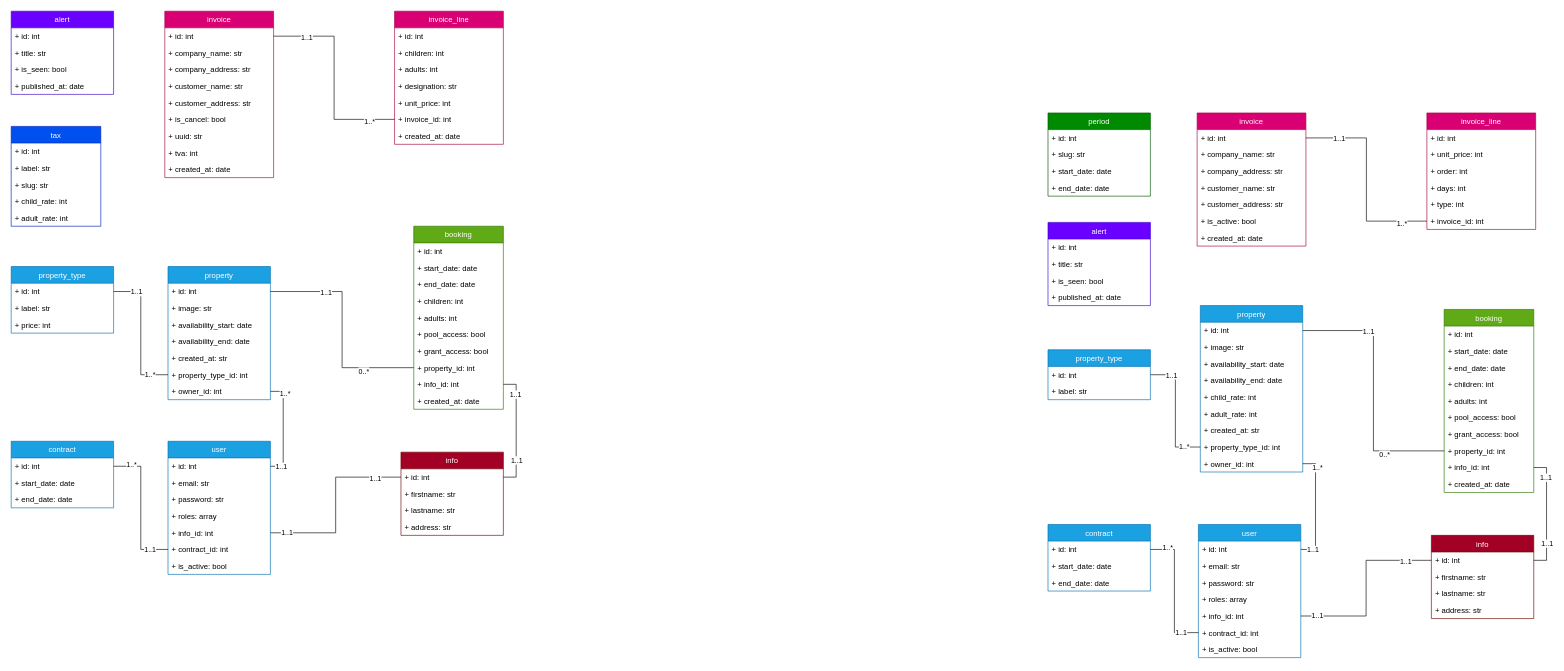
Before: schema_bdd_tp_symfony.drawio in artiq75/tp_symfony, a draw.io diagram. Source tidied: cells renumbered, new cells numbered last; positions are measured from the earlier drawing's top-left corner, leaving out a move shared by most shapes. Both pictures are drawn from the tidied source at 64%, with x=0, y=0 at pixel (11, 11).
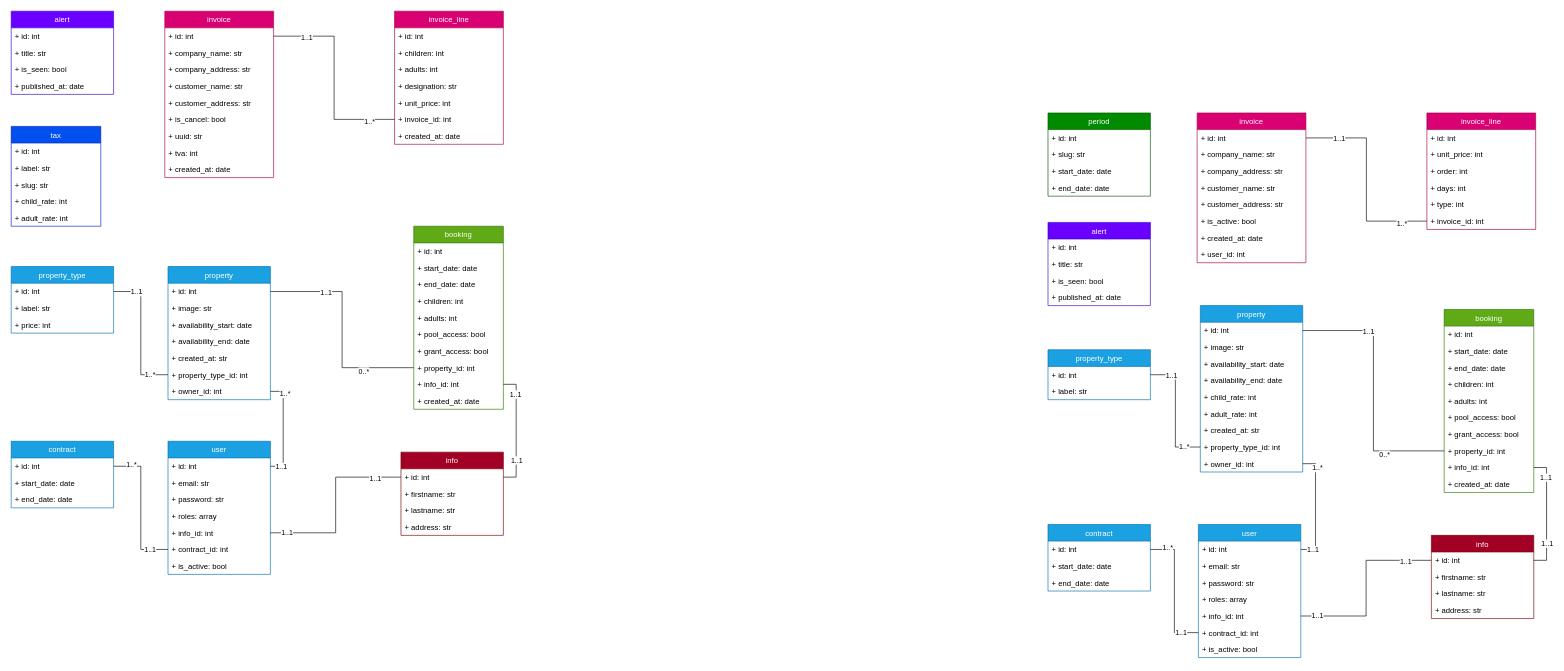
The same diagram, later.

Change to the diagram source:
```diff
@@
     <mxCell id="145" value="invoice" style="swimlane;fontStyle=0;horizontal=1;startSize=26;fillColor=#d80073;fontColor=#ffffff;strokeColor=#A50040;" parent="1" vertex="1">
-      <mxGeometry x="1853" y="159" width="170" height="208" as="geometry" />
+      <mxGeometry x="1853" y="159" width="170" height="234" as="geometry" />
     </mxCell>
@@
+    <mxCell id="179" value="+ user_id: int" style="text;strokeColor=none;fillColor=none;align=left;verticalAlign=top;spacingLeft=4;spacingRight=4;overflow=hidden;" parent="145" vertex="1">
+      <mxGeometry y="208" width="170" height="26" as="geometry" />
+    </mxCell>
```
